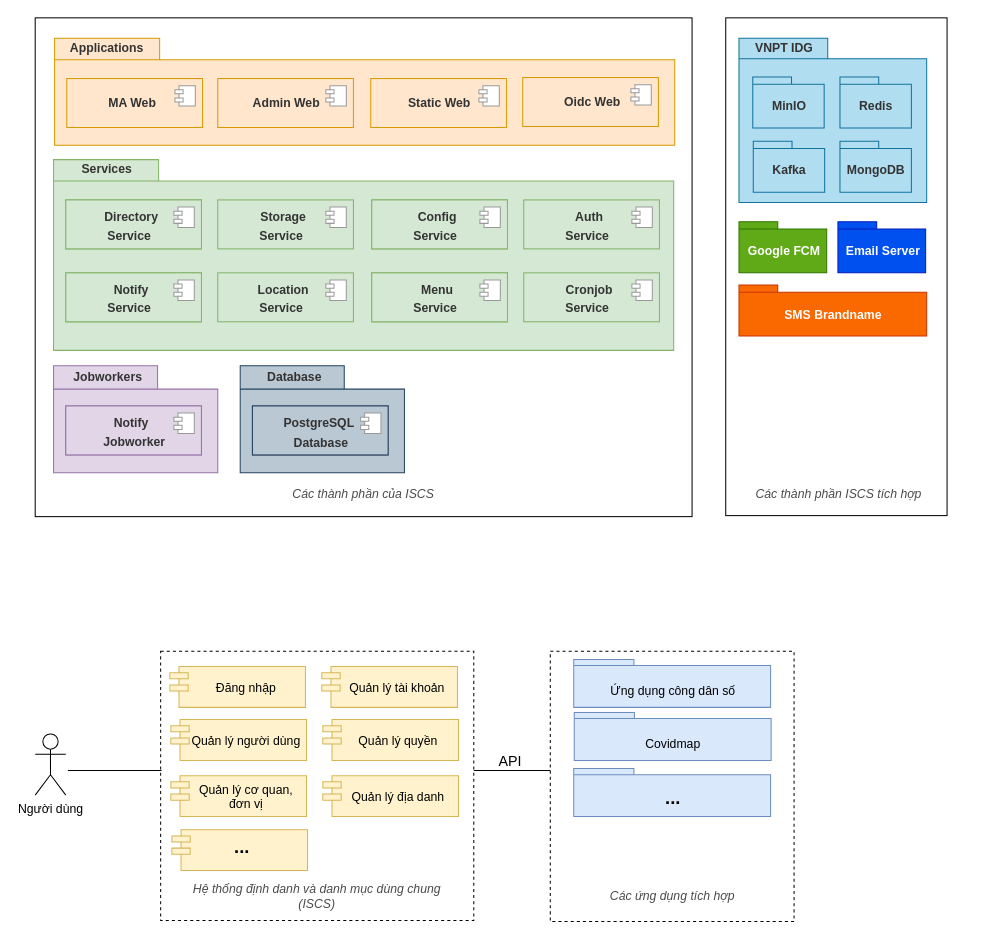
Above: page "iscs2" (1 of 13) of iscs.drawio in mitgaming/drawio (draw.io), before the change. Source tidied: cells renumbered, new cells numbered last; positions are measured from the earlier drawing's top-left corner, leaving out a move shared by most shapes. Both pictures are drawn from the tidied source at 102%, with x=0, y=0 at pixel (35, 17).
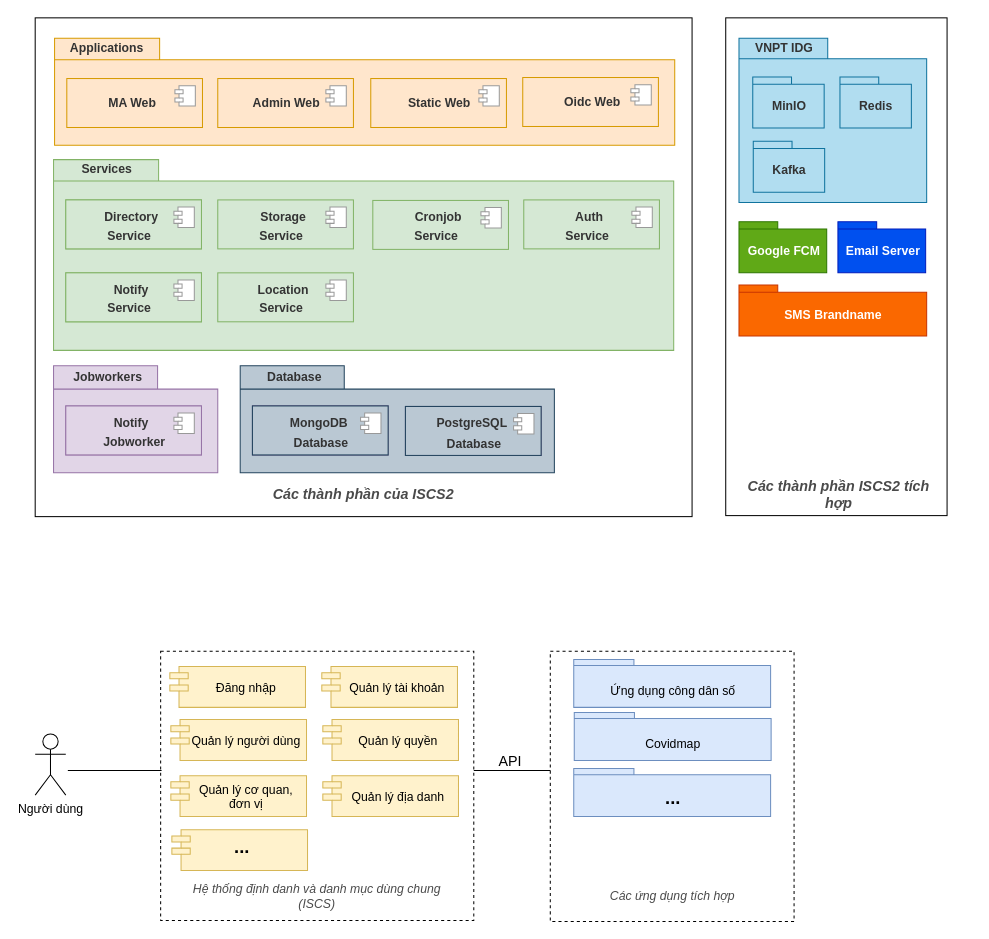
The same diagram, later.

The change refers to these unchanged cells:
```xml
<mxCell id="23" style="group;" parent="1" vertex="1">
  <mxGeometry x="18" y="139" width="718" height="187" as="geometry" />
</mxCell>
<mxCell id="78" style="group;" parent="1" vertex="1">
  <mxGeometry x="201" y="341" width="718" height="126" as="geometry" />
</mxCell>
<mxCell id="82" style="group;fillColor=#e1d5e7;strokeColor=#9673a6;" parent="81" vertex="1">
  <mxGeometry width="133" height="48" as="geometry" />
</mxCell>
```

The edit, as a diff of the source:
```diff
@@
-    <mxCell id="3" value="Các thành phần của ISCS" style="text;html=1;strokeColor=none;fillColor=none;align=center;verticalAlign=middle;whiteSpace=wrap;rounded=0;fontColor=#4A4A4A;fontStyle=2;" parent="1" vertex="1">
+    <mxCell id="3" value="Các thành phần của ISCS2" style="text;html=1;strokeColor=none;fillColor=none;align=center;verticalAlign=middle;whiteSpace=wrap;rounded=0;fontColor=#4A4A4A;fontStyle=3;fontSize=14;" parent="1" vertex="1">
       <mxGeometry x="227" y="452" width="190" height="30" as="geometry" />
     </mxCell>
@@
-    <mxCell id="37" style="group;fillColor=#d5e8d4;strokeColor=#82b366;" parent="23" vertex="1">
-      <mxGeometry x="312" y="39.5" width="133" height="48" as="geometry" />
-    </mxCell>
-    <mxCell id="38" style="group;" parent="37" vertex="1">
-      <mxGeometry width="133" height="48" as="geometry" />
-    </mxCell>
-    <mxCell id="39" value="&lt;p style=&quot;line-height: 0.7&quot;&gt;&lt;/p&gt;&lt;h2 style=&quot;font-size: 13px&quot;&gt;&lt;br&gt;&lt;/h2&gt;&lt;p&gt;&lt;/p&gt;" style="html=1;strokeColor=#82b366;fillColor=#d5e8d4;" parent="38" vertex="1">
-      <mxGeometry width="133" height="48" as="geometry" />
-    </mxCell>
-    <mxCell id="40" style="shape=module;jettyWidth=8;jettyHeight=4;strokeColor=#999999;" parent="39" vertex="1">
-      <mxGeometry x="1" width="20" height="20" relative="1" as="geometry">
-        <mxPoint x="-27" y="7" as="offset" />
-      </mxGeometry>
-    </mxCell>
-    <mxCell id="41" value="&lt;span style=&quot;color: rgb(51 , 51 , 51)&quot;&gt;&lt;b&gt;Config&lt;/b&gt;&lt;/span&gt;" style="text;html=1;align=center;verticalAlign=middle;strokeColor=none;fillColor=none;" parent="38" vertex="1">
-      <mxGeometry x="40" y="8" width="48" height="18" as="geometry" />
-    </mxCell>
-    <mxCell id="42" value="&lt;font color=&quot;#333333&quot;&gt;&lt;b&gt;Service&lt;/b&gt;&lt;/font&gt;" style="text;html=1;align=center;verticalAlign=middle;strokeColor=none;fillColor=none;" parent="38" vertex="1">
-      <mxGeometry x="35" y="26" width="53" height="18" as="geometry" />
-    </mxCell>
@@
-    <mxCell id="59" style="group;fillColor=#d5e8d4;strokeColor=#82b366;" parent="23" vertex="1">
-      <mxGeometry x="312" y="111" width="133" height="48" as="geometry" />
-    </mxCell>
-    <mxCell id="60" style="group;" parent="59" vertex="1">
-      <mxGeometry width="133" height="48" as="geometry" />
-    </mxCell>
-    <mxCell id="61" value="&lt;p style=&quot;line-height: 0.7&quot;&gt;&lt;/p&gt;&lt;h2 style=&quot;font-size: 13px&quot;&gt;&lt;br&gt;&lt;/h2&gt;&lt;p&gt;&lt;/p&gt;" style="html=1;strokeColor=#82b366;fillColor=#d5e8d4;" parent="60" vertex="1">
-      <mxGeometry width="133" height="48" as="geometry" />
-    </mxCell>
-    <mxCell id="62" style="shape=module;jettyWidth=8;jettyHeight=4;strokeColor=#999999;" parent="61" vertex="1">
-      <mxGeometry x="1" width="20" height="20" relative="1" as="geometry">
-        <mxPoint x="-27" y="7" as="offset" />
-      </mxGeometry>
-    </mxCell>
-    <mxCell id="63" value="&lt;span style=&quot;color: rgb(51 , 51 , 51)&quot;&gt;&lt;b&gt;Menu&lt;/b&gt;&lt;/span&gt;" style="text;html=1;align=center;verticalAlign=middle;strokeColor=none;fillColor=none;" parent="60" vertex="1">
-      <mxGeometry x="43" y="8" width="41" height="18" as="geometry" />
-    </mxCell>
-    <mxCell id="64" value="&lt;font color=&quot;#333333&quot;&gt;&lt;b&gt;Service&lt;/b&gt;&lt;/font&gt;" style="text;html=1;align=center;verticalAlign=middle;strokeColor=none;fillColor=none;" parent="60" vertex="1">
-      <mxGeometry x="35" y="26" width="53" height="18" as="geometry" />
-    </mxCell>
     <mxCell id="65" style="group;" parent="23" vertex="1">
-      <mxGeometry x="461" y="111" width="133" height="48" as="geometry" />
+      <mxGeometry x="313" y="40" width="133" height="48" as="geometry" />
     </mxCell>
@@
     <mxCell id="79" style="shape=folder;fontStyle=1;spacingTop=10;tabWidth=102;tabHeight=23;tabPosition=left;html=1;strokeColor=#23445d;fillColor=#bac8d3;" parent="78" vertex="1">
-      <mxGeometry width="161" height="105" as="geometry" />
+      <mxGeometry width="308" height="105" as="geometry" />
     </mxCell>
@@
-    <mxCell id="85" value="&lt;font color=&quot;#333333&quot;&gt;&lt;b&gt;PostgreSQL&lt;/b&gt;&lt;/font&gt;" style="text;html=1;align=center;verticalAlign=middle;strokeColor=none;fillColor=none;" parent="82" vertex="1">
-      <mxGeometry x="25" y="8" width="79" height="18" as="geometry" />
+    <mxCell id="85" value="&lt;font color=&quot;#333333&quot;&gt;&lt;b&gt;MongoDB&lt;/b&gt;&lt;/font&gt;" style="text;html=1;align=center;verticalAlign=middle;strokeColor=none;fillColor=none;" parent="82" vertex="1">
+      <mxGeometry x="31" y="8" width="67" height="18" as="geometry" />
     </mxCell>
@@
-    <mxCell id="88" value="Các thành phần ISCS tích hợp" style="text;html=1;strokeColor=none;fillColor=none;align=center;verticalAlign=middle;whiteSpace=wrap;rounded=0;fontColor=#4A4A4A;fontStyle=2;" parent="1" vertex="1">
+    <mxCell id="88" value="Các thành phần ISCS2 tích hợp" style="text;html=1;strokeColor=none;fillColor=none;align=center;verticalAlign=middle;whiteSpace=wrap;rounded=0;fontColor=#4A4A4A;fontStyle=3;fontSize=14;" parent="1" vertex="1">
       <mxGeometry x="693" y="452" width="190" height="30" as="geometry" />
     </mxCell>
@@
-    <mxCell id="109" style="group;" parent="1" vertex="1">
-      <mxGeometry x="789" y="121" width="70" height="50" as="geometry" />
-    </mxCell>
-    <mxCell id="110" style="shape=folder;fontStyle=1;spacingTop=10;tabWidth=38;tabHeight=7;tabPosition=left;html=1;fontSize=13;strokeColor=#10739e;fillColor=#b1ddf0;" parent="109" vertex="1">
-      <mxGeometry width="70" height="50" as="geometry" />
-    </mxCell>
-    <mxCell id="111" value="&lt;span style=&quot;color: rgb(51 , 51 , 51)&quot;&gt;&lt;b&gt;MongoDB&lt;/b&gt;&lt;/span&gt;" style="text;html=1;align=center;verticalAlign=middle;strokeColor=none;fillColor=none;" parent="109" vertex="1">
-      <mxGeometry x="1.5" y="20" width="67" height="18" as="geometry" />
-    </mxCell>
@@
+    <mxCell id="144" style="group;fillColor=#bac8d3;strokeColor=#23445d;" parent="1" vertex="1">
+      <mxGeometry x="363" y="381" width="133" height="48" as="geometry" />
+    </mxCell>
+    <mxCell id="145" style="group;fillColor=#e1d5e7;strokeColor=#9673a6;" parent="144" vertex="1">
+      <mxGeometry width="133" height="48" as="geometry" />
+    </mxCell>
+    <mxCell id="146" value="&lt;p style=&quot;line-height: 0.7&quot;&gt;&lt;/p&gt;&lt;h2 style=&quot;font-size: 13px&quot;&gt;&lt;br&gt;&lt;/h2&gt;&lt;p&gt;&lt;/p&gt;" style="html=1;strokeColor=#23445d;fillColor=#bac8d3;" parent="145" vertex="1">
+      <mxGeometry width="133" height="48" as="geometry" />
+    </mxCell>
+    <mxCell id="147" style="shape=module;jettyWidth=8;jettyHeight=4;strokeColor=#999999;" parent="146" vertex="1">
+      <mxGeometry x="1" width="20" height="20" relative="1" as="geometry">
+        <mxPoint x="-27" y="7" as="offset" />
+      </mxGeometry>
+    </mxCell>
+    <mxCell id="148" value="&lt;font color=&quot;#333333&quot;&gt;&lt;b&gt;PostgreSQL&lt;/b&gt;&lt;/font&gt;" style="text;html=1;align=center;verticalAlign=middle;strokeColor=none;fillColor=none;" parent="145" vertex="1">
+      <mxGeometry x="25" y="8" width="79" height="18" as="geometry" />
+    </mxCell>
+    <mxCell id="149" value="&lt;b style=&quot;color: rgb(51 , 51 , 51)&quot;&gt;Database&lt;/b&gt;" style="text;html=1;align=center;verticalAlign=middle;strokeColor=none;fillColor=none;" parent="144" vertex="1">
+      <mxGeometry x="35" y="27.5" width="63" height="18" as="geometry" />
+    </mxCell>
```
